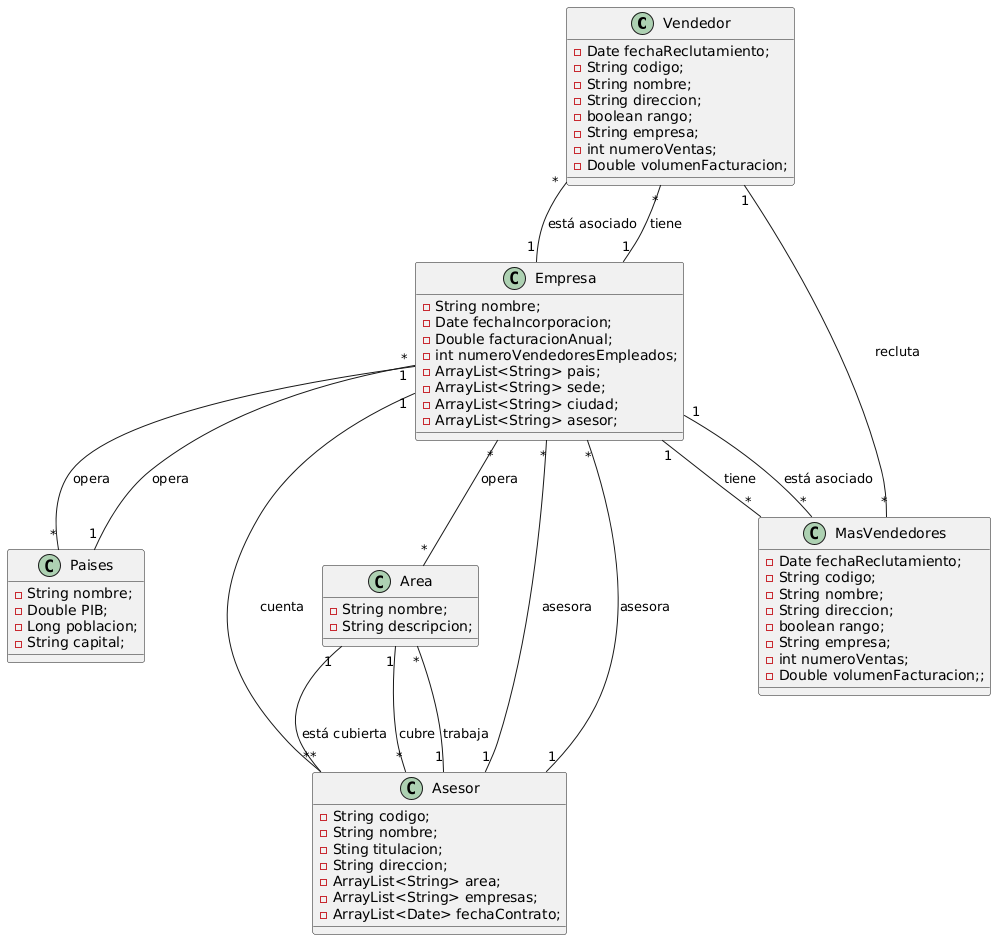
AdriannOrozco/Parcial-Corte-1 keeps this PlantUML diagram as Diagrama-de-Clases/Diagrama de clases - Holding II.png. Above is the earlier version.
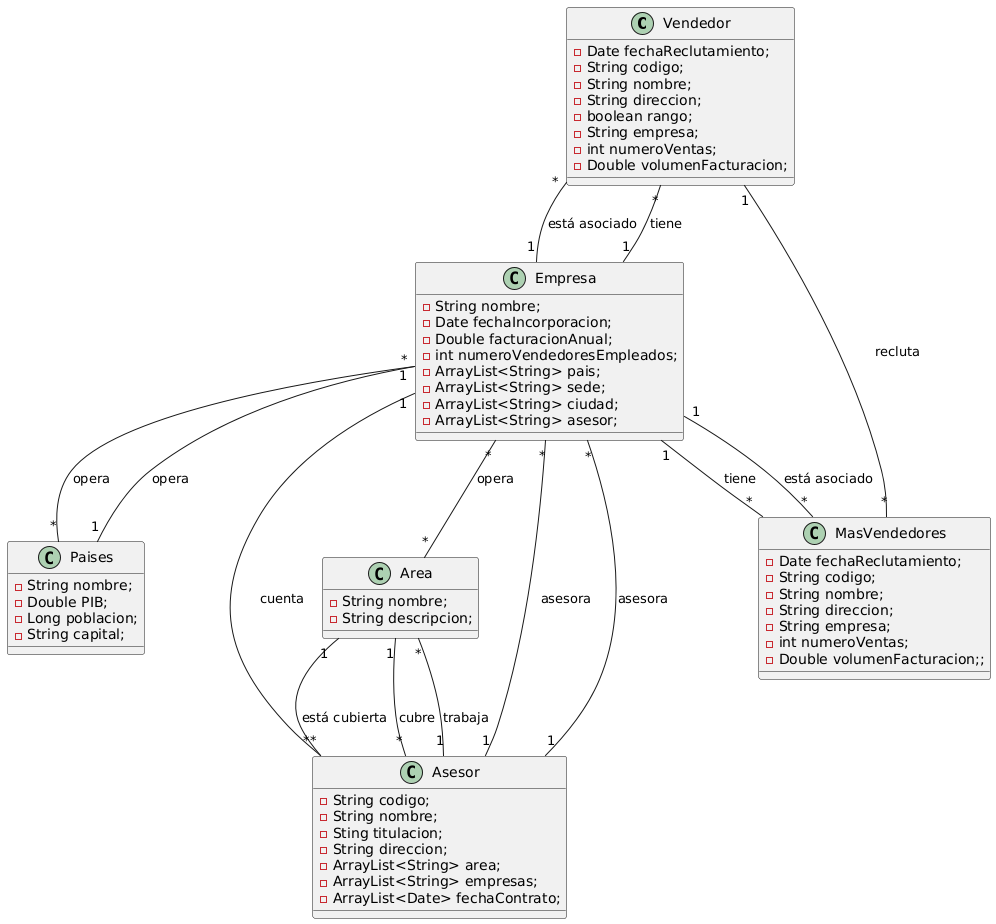
The same file after the commit.

The edit, as a diff of the source:
```diff
@@ -53,7 +53,6 @@
         - String codigo;
         - String nombre;
         - String direccion;
-        - boolean rango;
         - String empresa;
         - int numeroVentas;
         - Double volumenFacturacion;;
```
